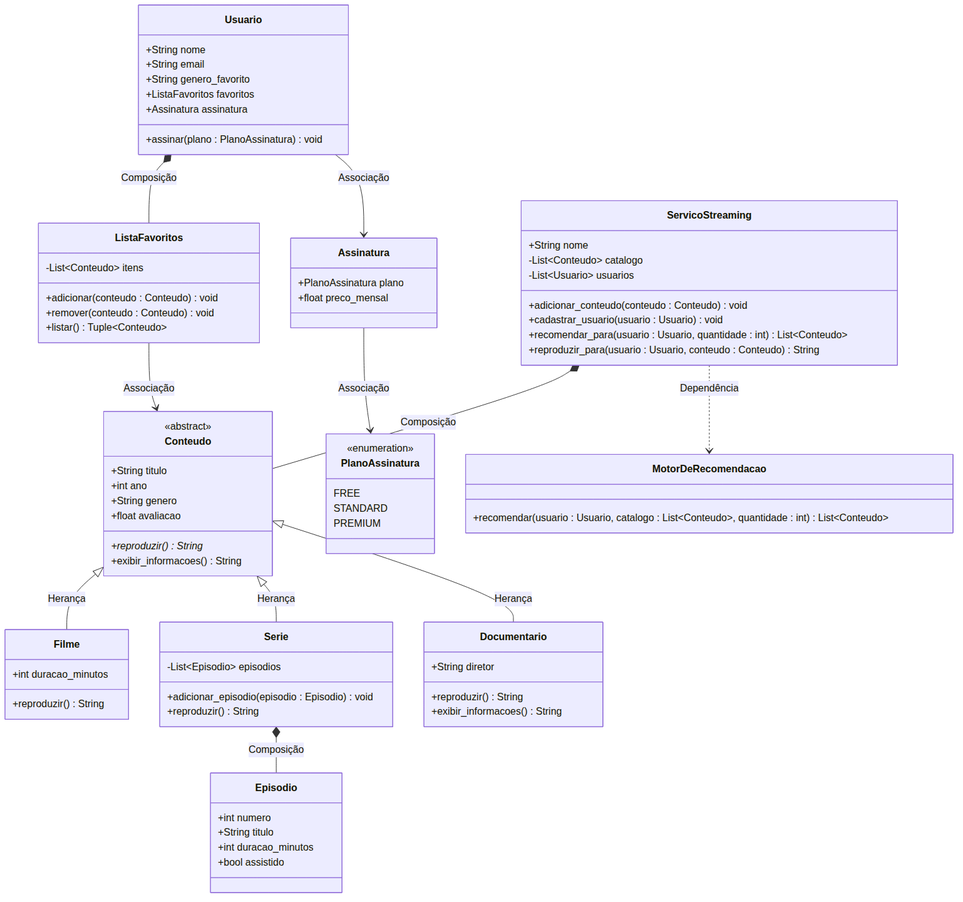
LuisFelipe311/Streaming-OO keeps this Mermaid diagram as docs/uml_streamflix.png. Above is the earlier version. Its source is kept beside it as docs/uml_streamflix.mmd.
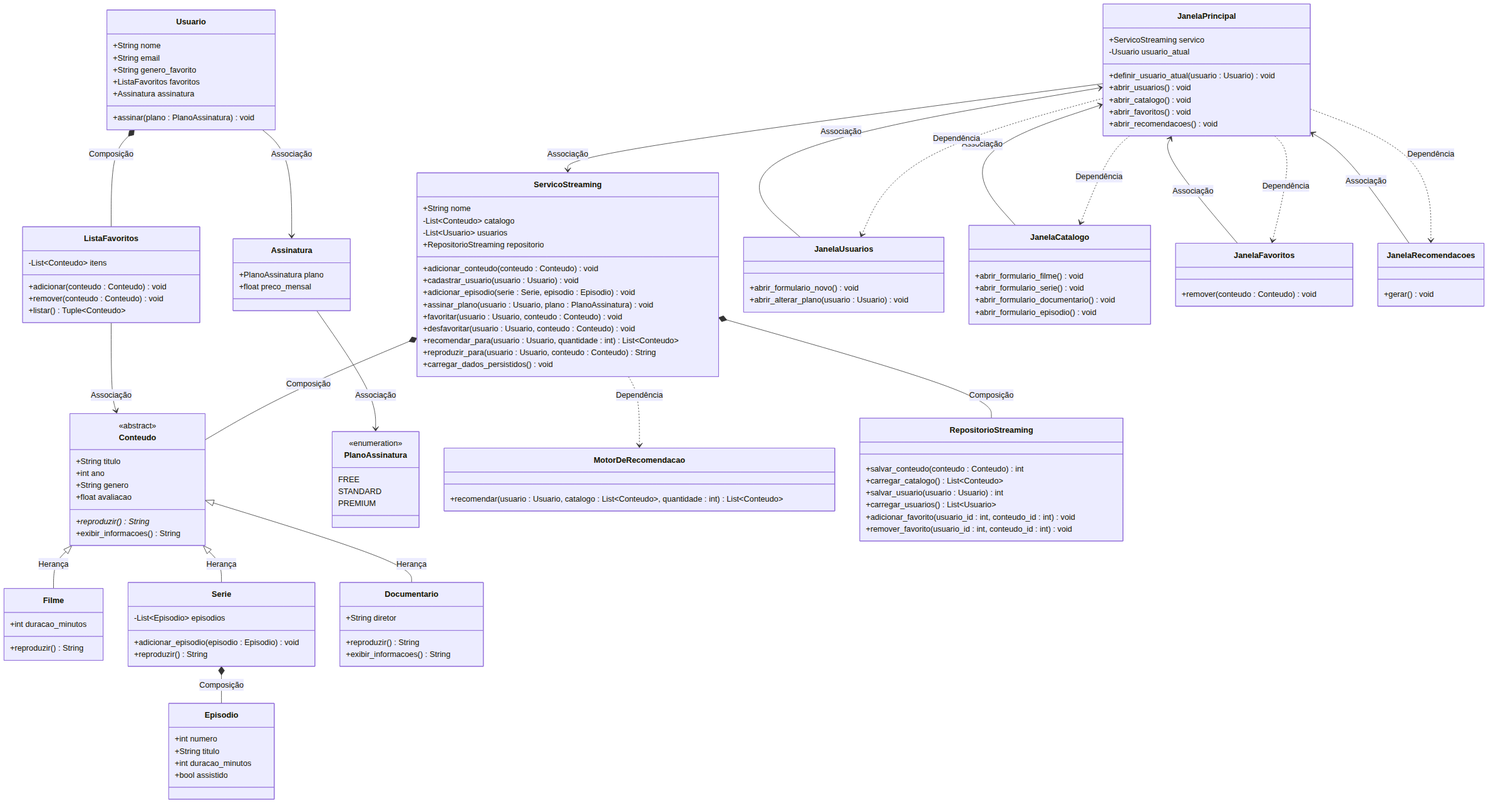
Later version of the same file.

Change to the diagram source:
```diff
@@ -56,13 +56,52 @@
         +String nome
         -List~Conteudo~ catalogo
         -List~Usuario~ usuarios
+        +RepositorioStreaming repositorio
         +adicionar_conteudo(conteudo : Conteudo) void
         +cadastrar_usuario(usuario : Usuario) void
+        +adicionar_episodio(serie : Serie, episodio : Episodio) void
+        +assinar_plano(usuario : Usuario, plano : PlanoAssinatura) void
+        +favoritar(usuario : Usuario, conteudo : Conteudo) void
+        +desfavoritar(usuario : Usuario, conteudo : Conteudo) void
         +recomendar_para(usuario : Usuario, quantidade : int) List~Conteudo~
         +reproduzir_para(usuario : Usuario, conteudo : Conteudo) String
+        +carregar_dados_persistidos() void
     }
     class MotorDeRecomendacao {
         +recomendar(usuario : Usuario, catalogo : List~Conteudo~, quantidade : int) List~Conteudo~
+    }
+    class RepositorioStreaming {
+        +salvar_conteudo(conteudo : Conteudo) int
+        +carregar_catalogo() List~Conteudo~
+        +salvar_usuario(usuario : Usuario) int
+        +carregar_usuarios() List~Usuario~
+        +adicionar_favorito(usuario_id : int, conteudo_id : int) void
+        +remover_favorito(usuario_id : int, conteudo_id : int) void
+    }
+    class JanelaPrincipal {
+        +ServicoStreaming servico
+        -Usuario usuario_atual
+        +definir_usuario_atual(usuario : Usuario) void
+        +abrir_usuarios() void
+        +abrir_catalogo() void
+        +abrir_favoritos() void
+        +abrir_recomendacoes() void
+    }
+    class JanelaUsuarios {
+        +abrir_formulario_novo() void
+        +abrir_alterar_plano(usuario : Usuario) void
+    }
+    class JanelaCatalogo {
+        +abrir_formulario_filme() void
+        +abrir_formulario_serie() void
+        +abrir_formulario_documentario() void
+        +abrir_formulario_episodio() void
+    }
+    class JanelaFavoritos {
+        +remover(conteudo : Conteudo) void
+    }
+    class JanelaRecomendacoes {
+        +gerar() void
     }
 
     Conteudo <|-- Filme : Herança
@@ -72,9 +111,19 @@
     Serie *-- Episodio : Composição
     Usuario *-- ListaFavoritos : Composição
     ServicoStreaming *-- Conteudo : Composição
+    ServicoStreaming *-- RepositorioStreaming : Composição
 
     Usuario --> Assinatura : Associação
     Assinatura --> PlanoAssinatura : Associação
     ListaFavoritos --> Conteudo : Associação
+    JanelaPrincipal --> ServicoStreaming : Associação
+    JanelaUsuarios --> JanelaPrincipal : Associação
+    JanelaCatalogo --> JanelaPrincipal : Associação
+    JanelaFavoritos --> JanelaPrincipal : Associação
+    JanelaRecomendacoes --> JanelaPrincipal : Associação
 
     ServicoStreaming ..> MotorDeRecomendacao : Dependência
+    JanelaPrincipal ..> JanelaUsuarios : Dependência
+    JanelaPrincipal ..> JanelaCatalogo : Dependência
+    JanelaPrincipal ..> JanelaFavoritos : Dependência
+    JanelaPrincipal ..> JanelaRecomendacoes : Dependência
```
